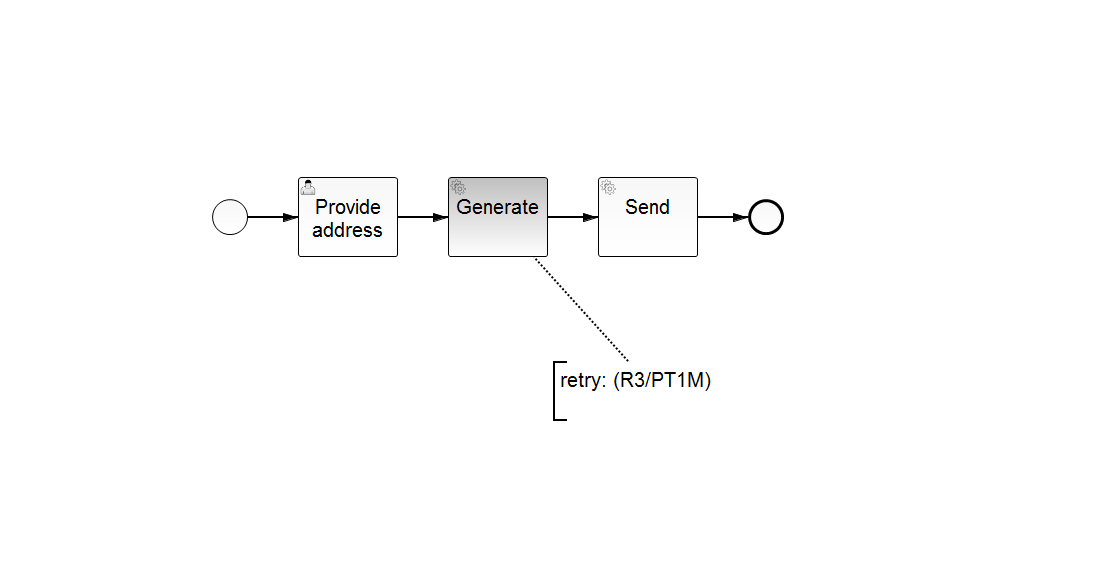
Before: bpmn-server/src/main/resources/AsynchronousInvoiceProcess.png, a diagram exported from BPMN (gheddie/bpmn_watcher_all_new). Its source is kept beside it as bpmn-server/src/main/resources/AsynchronousInvoiceProcess.bpmn. Ids are renumbered.
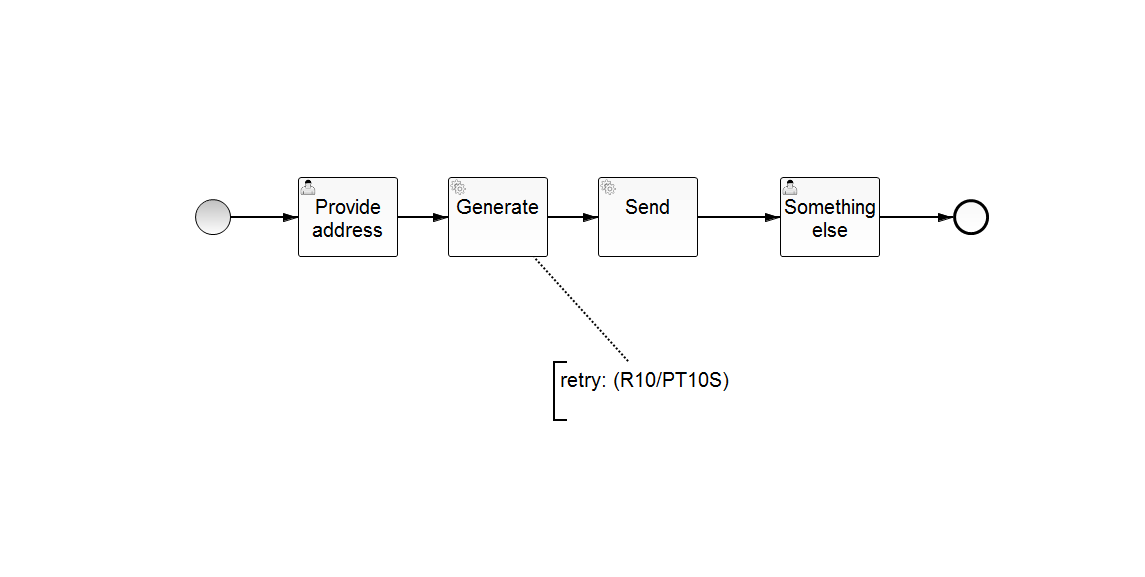
After the commit.

The edit, as a diff of the source:
```diff
@@ -1,16 +1,12 @@
 <bpmn2:definitions xmlns:xsi="http://www.w3.org/2001/XMLSchema-instance" xmlns:bpmn2="http://www.omg.org/spec/BPMN/20100524/MODEL" xmlns:bpmndi="http://www.omg.org/spec/BPMN/20100524/DI" xmlns:camunda="http://activiti.org/bpmn" xmlns:dc="http://www.omg.org/spec/DD/20100524/DC" xmlns:di="http://www.omg.org/spec/DD/20100524/DI" xmlns:fox="http://www.camunda.com/fox" xsi:schemaLocation="http://www.omg.org/spec/BPMN/20100524/MODEL BPMN20.xsd" id="_JnG4gEE0EeWrmOKCiSFcyQ" exporter="camunda modeler" exporterVersion="2.7.0" targetNamespace="http://activiti.org/bpmn">
   <bpmn2:process id="AsynchronousInvoiceProcess" isExecutable="true">
-    <bpmn2:startEvent id="StartEvent_1">
-      <bpmn2:outgoing>SequenceFlow_1</bpmn2:outgoing>
-    </bpmn2:startEvent>
     <bpmn2:userTask id="UserTask_1" camunda:assignee="demo" name="Provide address">
       <bpmn2:incoming>SequenceFlow_1</bpmn2:incoming>
       <bpmn2:outgoing>SequenceFlow_2</bpmn2:outgoing>
     </bpmn2:userTask>
-    <bpmn2:sequenceFlow id="SequenceFlow_1" name="" sourceRef="StartEvent_1" targetRef="UserTask_1"/>
     <bpmn2:serviceTask id="ServiceTask_1" camunda:class="de.gravitex.bpmn.server.delegate.asynchronousinvoice.GenerateInvoiceDelegate" camunda:async="true" name="Generate">
       <bpmn2:extensionElements>
-        <fox:failedJobRetryTimeCycle>R3/PT1M</fox:failedJobRetryTimeCycle>
+        <fox:failedJobRetryTimeCycle>R10/PT10S</fox:failedJobRetryTimeCycle>
       </bpmn2:extensionElements>
       <bpmn2:incoming>SequenceFlow_2</bpmn2:incoming>
       <bpmn2:outgoing>SequenceFlow_3</bpmn2:outgoing>
@@ -21,26 +17,41 @@
       <bpmn2:outgoing>SequenceFlow_4</bpmn2:outgoing>
     </bpmn2:serviceTask>
     <bpmn2:sequenceFlow id="SequenceFlow_3" name="" sourceRef="ServiceTask_1" targetRef="ServiceTask_2"/>
+    <bpmn2:sequenceFlow id="SequenceFlow_4" name="" sourceRef="ServiceTask_2" targetRef="UserTask_2"/>
     <bpmn2:endEvent id="EndEvent_1">
+      <bpmn2:incoming>SequenceFlow_5</bpmn2:incoming>
+    </bpmn2:endEvent>
+    <bpmn2:userTask id="UserTask_2" name="Something else">
       <bpmn2:incoming>SequenceFlow_4</bpmn2:incoming>
-    </bpmn2:endEvent>
-    <bpmn2:sequenceFlow id="SequenceFlow_4" name="" sourceRef="ServiceTask_2" targetRef="EndEvent_1"/>
+      <bpmn2:outgoing>SequenceFlow_5</bpmn2:outgoing>
+    </bpmn2:userTask>
+    <bpmn2:sequenceFlow id="SequenceFlow_5" name="" sourceRef="UserTask_2" targetRef="EndEvent_1"/>
+    <bpmn2:startEvent id="StartEvent_1">
+      <bpmn2:outgoing>SequenceFlow_1</bpmn2:outgoing>
+    </bpmn2:startEvent>
+    <bpmn2:sequenceFlow id="SequenceFlow_1" name="" sourceRef="StartEvent_1" targetRef="UserTask_1"/>
     <bpmn2:textAnnotation id="TextAnnotation_1">
-      <bpmn2:text>retry: (R3/PT1M)</bpmn2:text>
+      <bpmn2:text>retry: (R10/PT10S)</bpmn2:text>
     </bpmn2:textAnnotation>
     <bpmn2:association id="Association_1" sourceRef="TextAnnotation_1" targetRef="ServiceTask_1"/>
   </bpmn2:process>
   <bpmndi:BPMNDiagram id="BPMNDiagram_1">
     <bpmndi:BPMNPlane id="BPMNPlane_1" bpmnElement="AsynchronousInvoiceProcess">
       <bpmndi:BPMNShape id="_BPMNShape_StartEvent_10" bpmnElement="StartEvent_1">
-        <dc:Bounds height="36.0" width="36.0" x="212.0" y="199.0"/>
+        <dc:Bounds height="36.0" width="36.0" x="195.0" y="199.0"/>
+        <bpmndi:BPMNLabel>
+          <dc:Bounds height="0.0" width="0.0" x="213.0" y="240.0"/>
+        </bpmndi:BPMNLabel>
       </bpmndi:BPMNShape>
       <bpmndi:BPMNShape id="_BPMNShape_UserTask_19" bpmnElement="UserTask_1">
         <dc:Bounds height="80.0" width="100.0" x="298.0" y="177.0"/>
       </bpmndi:BPMNShape>
       <bpmndi:BPMNEdge id="BPMNEdge_SequenceFlow_1" bpmnElement="SequenceFlow_1" sourceElement="_BPMNShape_StartEvent_10" targetElement="_BPMNShape_UserTask_19">
-        <di:waypoint xsi:type="dc:Point" x="248.0" y="217.0"/>
+        <di:waypoint xsi:type="dc:Point" x="231.0" y="217.0"/>
         <di:waypoint xsi:type="dc:Point" x="298.0" y="217.0"/>
+        <bpmndi:BPMNLabel>
+          <dc:Bounds height="6.0" width="6.0" x="253.0" y="217.0"/>
+        </bpmndi:BPMNLabel>
       </bpmndi:BPMNEdge>
       <bpmndi:BPMNShape id="_BPMNShape_ServiceTask_5" bpmnElement="ServiceTask_1">
         <dc:Bounds height="80.0" width="100.0" x="448.0" y="177.0"/>
@@ -57,11 +68,17 @@
         <di:waypoint xsi:type="dc:Point" x="598.0" y="217.0"/>
       </bpmndi:BPMNEdge>
       <bpmndi:BPMNShape id="_BPMNShape_EndEvent_17" bpmnElement="EndEvent_1">
-        <dc:Bounds height="36.0" width="36.0" x="748.0" y="199.0"/>
+        <dc:Bounds height="36.0" width="36.0" x="953.0" y="199.0"/>
+        <bpmndi:BPMNLabel>
+          <dc:Bounds height="0.0" width="0.0" x="971.0" y="240.0"/>
+        </bpmndi:BPMNLabel>
       </bpmndi:BPMNShape>
-      <bpmndi:BPMNEdge id="BPMNEdge_SequenceFlow_4" bpmnElement="SequenceFlow_4" sourceElement="_BPMNShape_ServiceTask_6" targetElement="_BPMNShape_EndEvent_17">
+      <bpmndi:BPMNEdge id="BPMNEdge_SequenceFlow_4" bpmnElement="SequenceFlow_4" sourceElement="_BPMNShape_ServiceTask_6" targetElement="_BPMNShape_UserTask_22">
         <di:waypoint xsi:type="dc:Point" x="698.0" y="217.0"/>
-        <di:waypoint xsi:type="dc:Point" x="748.0" y="217.0"/>
+        <di:waypoint xsi:type="dc:Point" x="780.0" y="217.0"/>
+        <bpmndi:BPMNLabel>
+          <dc:Bounds height="6.0" width="6.0" x="720.0" y="217.0"/>
+        </bpmndi:BPMNLabel>
       </bpmndi:BPMNEdge>
       <bpmndi:BPMNShape id="_BPMNShape_TextAnnotation_2" bpmnElement="TextAnnotation_1">
         <dc:Bounds height="60.0" width="204.0" x="553.0" y="361.0"/>
@@ -70,6 +87,16 @@
         <di:waypoint xsi:type="dc:Point" x="628.0" y="361.0"/>
         <di:waypoint xsi:type="dc:Point" x="534.0" y="257.0"/>
       </bpmndi:BPMNEdge>
+      <bpmndi:BPMNShape id="_BPMNShape_UserTask_22" bpmnElement="UserTask_2">
+        <dc:Bounds height="80.0" width="100.0" x="780.0" y="177.0"/>
+      </bpmndi:BPMNShape>
+      <bpmndi:BPMNEdge id="BPMNEdge_SequenceFlow_5" bpmnElement="SequenceFlow_5" sourceElement="_BPMNShape_UserTask_22" targetElement="_BPMNShape_EndEvent_17">
+        <di:waypoint xsi:type="dc:Point" x="880.0" y="217.0"/>
+        <di:waypoint xsi:type="dc:Point" x="953.0" y="217.0"/>
+        <bpmndi:BPMNLabel>
+          <dc:Bounds height="6.0" width="6.0" x="930.0" y="217.0"/>
+        </bpmndi:BPMNLabel>
+      </bpmndi:BPMNEdge>
     </bpmndi:BPMNPlane>
   </bpmndi:BPMNDiagram>
 </bpmn2:definitions>
```
